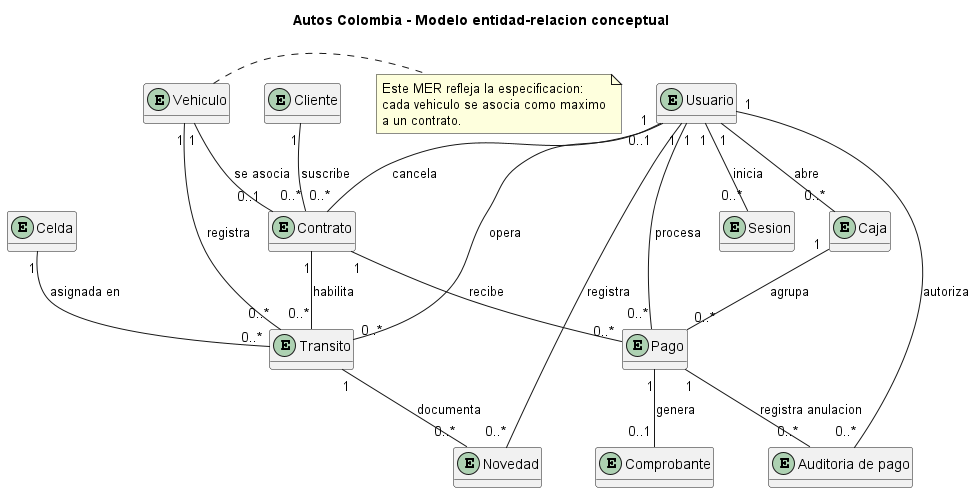
Before: out/docs/modelos-de-datos/MER conceptual.png, a diagram exported from PlantUML (1J3G/parqueadero-colombia). Its diagram source:
```plantuml
@startuml MER conceptual
title Autos Colombia - Modelo entidad-relacion conceptual
hide methods
skinparam classAttributeIconSize 0

entity "Usuario" as Usuario
entity "Sesion" as Sesion
entity "Cliente" as Cliente
entity "Vehiculo" as Vehiculo
entity "Contrato" as Contrato
entity "Celda" as Celda
entity "Caja" as Caja
entity "Transito" as Transito
entity "Novedad" as Novedad
entity "Pago" as Pago
entity "Comprobante" as Comprobante
entity "Auditoria de pago" as Auditoria

Usuario "1" -- "0..*" Sesion : inicia
Cliente "1" -- "0..*" Contrato : suscribe
Vehiculo "1" -- "0..1" Contrato : se asocia
Usuario "0..1" -- "0..*" Contrato : cancela
Usuario "1" -- "0..*" Caja : abre
Vehiculo "1" -- "0..*" Transito : registra
Contrato "1" -- "0..*" Transito : habilita
Celda "1" -- "0..*" Transito : asignada en
Usuario "1" -- "0..*" Transito : opera
Transito "1" -- "0..*" Novedad : documenta
Usuario "1" -- "0..*" Novedad : registra
Contrato "1" -- "0..*" Pago : recibe
Caja "1" -- "0..*" Pago : agrupa
Usuario "1" -- "0..*" Pago : procesa
Pago "1" -- "0..1" Comprobante : genera
Pago "1" -- "0..*" Auditoria : registra anulacion
Usuario "1" -- "0..*" Auditoria : autoriza

note right of Vehiculo
  Este MER refleja la especificacion:
  cada vehiculo se asocia como maximo
  a un contrato.
end note
@enduml
```
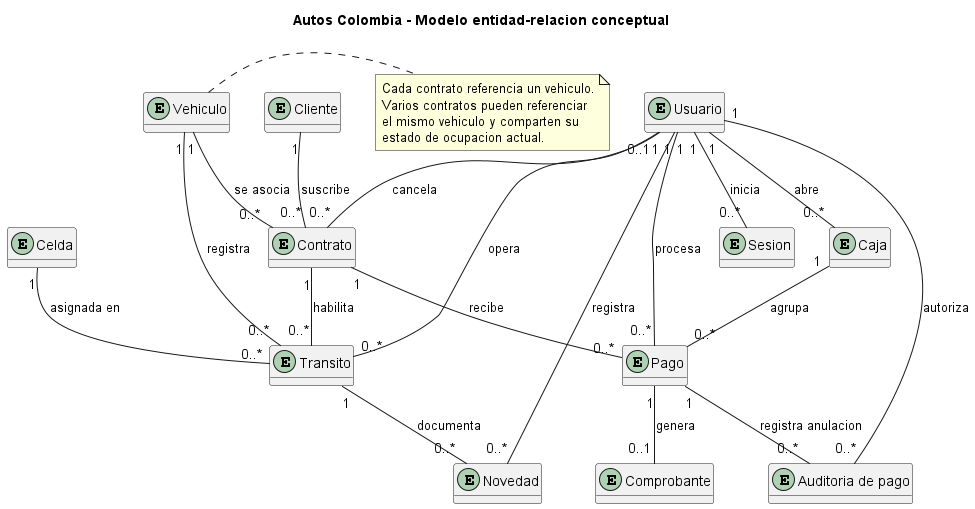
The same file after the commit.

Commit message:
Correccion diagrama MER

Change to the diagram source:
```diff
@@ -18,7 +18,7 @@
 
 Usuario "1" -- "0..*" Sesion : inicia
 Cliente "1" -- "0..*" Contrato : suscribe
-Vehiculo "1" -- "0..1" Contrato : se asocia
+Vehiculo "1" -- "0..*" Contrato : se asocia
 Usuario "0..1" -- "0..*" Contrato : cancela
 Usuario "1" -- "0..*" Caja : abre
 Vehiculo "1" -- "0..*" Transito : registra
@@ -35,8 +35,9 @@
 Usuario "1" -- "0..*" Auditoria : autoriza
 
 note right of Vehiculo
-  Este MER refleja la especificacion:
-  cada vehiculo se asocia como maximo
-  a un contrato.
+  Cada contrato referencia un vehiculo.
+  Varios contratos pueden referenciar
+  el mismo vehiculo y comparten su
+  estado de ocupacion actual.
 end note
 @enduml
```
